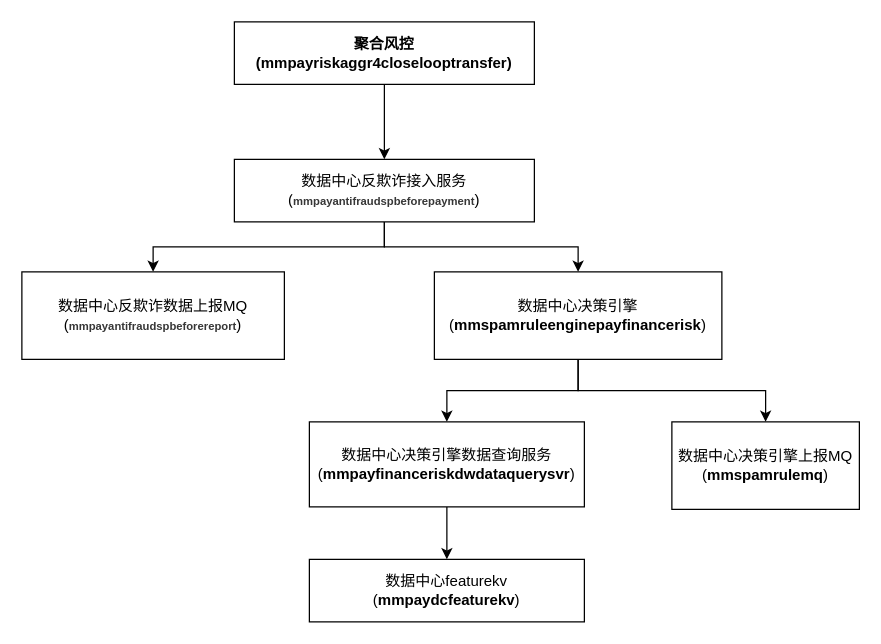
Above: src/Untitled Diagram.drawio in yuxingfirst/corosched (draw.io), before the change. Source tidied: cells renumbered, new cells numbered last; positions are measured from the earlier drawing's top-left corner, leaving out a move shared by most shapes. Both pictures are drawn from the tidied source at 125%, with x=0, y=0 at pixel (21, 21).
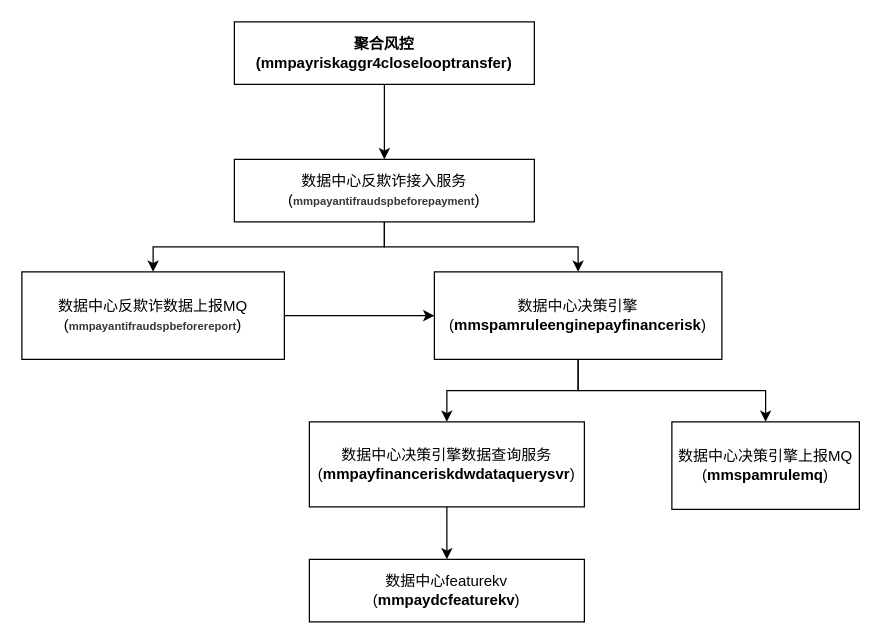
The same diagram, later.

Diff of the diagram source:
```diff
@@
 <mxGraphModel background="#ffffff">
   <root>
     <mxCell id="0" />
     <mxCell id="1" parent="0" />
     <mxCell id="2" style="edgeStyle=orthogonalEdgeStyle;rounded=0;jettySize=auto;html=1;exitX=0.5;exitY=1;exitDx=0;exitDy=0;entryX=0.5;entryY=0;entryDx=0;entryDy=0;" parent="1" edge="1" source="3" target="6">
       <mxGeometry relative="1" as="geometry" />
     </mxCell>
     <mxCell id="3" value="&lt;b&gt;聚合风控&lt;br&gt;(mmpayriskaggr4closelooptransfer)&lt;/b&gt;" style="rounded=0;whiteSpace=wrap;html=1;" parent="1" vertex="1">
       <mxGeometry x="170" width="240" height="50" as="geometry" />
     </mxCell>
     <mxCell id="4" style="edgeStyle=orthogonalEdgeStyle;rounded=0;jettySize=auto;html=1;" parent="1" edge="1" source="6" target="7">
       <mxGeometry relative="1" as="geometry" />
     </mxCell>
     <mxCell id="5" style="edgeStyle=orthogonalEdgeStyle;rounded=0;jettySize=auto;html=1;" parent="1" edge="1" source="6" target="10">
       <mxGeometry relative="1" as="geometry" />
     </mxCell>
     <mxCell id="6" value="数据中心反欺诈接入服务&lt;br&gt;(&lt;span style=&quot;color: rgb(55 , 55 , 55) ; font-weight: 700 ; background-color: rgb(255 , 255 , 255)&quot;&gt;&lt;font style=&quot;font-size: 9px&quot;&gt;mmpayantifraudspbeforepayment&lt;/font&gt;&lt;/span&gt;)" style="rounded=0;whiteSpace=wrap;html=1;" parent="1" vertex="1">
       <mxGeometry x="170" y="110" width="240" height="50" as="geometry" />
     </mxCell>
+    <mxCell id="15" style="edgeStyle=orthogonalEdgeStyle;rounded=0;jettySize=auto;html=1;" parent="1" edge="1" source="7" target="10">
+      <mxGeometry relative="1" as="geometry" />
+    </mxCell>
     <mxCell id="7" value="数据中心反欺诈数据上报MQ&lt;br&gt;(&lt;span style=&quot;color: rgb(55 , 55 , 55) ; font-weight: 700 ; background-color: rgb(255 , 255 , 255)&quot;&gt;&lt;font style=&quot;font-size: 9px&quot;&gt;mmpayantifraudspbeforereport&lt;/font&gt;&lt;/span&gt;)" style="rounded=0;whiteSpace=wrap;html=1;" parent="1" vertex="1">
       <mxGeometry y="200" width="210" height="70" as="geometry" />
     </mxCell>
     <mxCell id="8" style="edgeStyle=orthogonalEdgeStyle;rounded=0;jettySize=auto;html=1;" parent="1" edge="1" source="10" target="13">
       <mxGeometry relative="1" as="geometry" />
     </mxCell>
     <mxCell id="9" style="edgeStyle=orthogonalEdgeStyle;rounded=0;jettySize=auto;html=1;" parent="1" edge="1" source="10" target="11">
       <mxGeometry relative="1" as="geometry" />
     </mxCell>
     <mxCell id="10" value="&lt;font style=&quot;font-size: 12px&quot;&gt;数据中心决策引擎&lt;br&gt;(&lt;b&gt;mmspamruleenginepayfinancerisk&lt;/b&gt;)&lt;/font&gt;" style="rounded=0;whiteSpace=wrap;html=1;" parent="1" vertex="1">
       <mxGeometry x="330" y="200" width="230" height="70" as="geometry" />
     </mxCell>
     <mxCell id="11" value="&lt;font style=&quot;font-size: 12px&quot;&gt;数据中心决策引擎上报MQ&lt;br&gt;(&lt;b&gt;mmspamrulemq&lt;/b&gt;)&lt;/font&gt;" style="rounded=0;whiteSpace=wrap;html=1;" parent="1" vertex="1">
       <mxGeometry x="520" y="320" width="150" height="70" as="geometry" />
     </mxCell>
     <mxCell id="12" style="edgeStyle=orthogonalEdgeStyle;rounded=0;jettySize=auto;html=1;" parent="1" edge="1" source="13" target="14">
       <mxGeometry relative="1" as="geometry" />
     </mxCell>
     <mxCell id="13" value="&lt;font style=&quot;font-size: 12px&quot;&gt;数据中心决策引擎数据查询服务&lt;br&gt;(&lt;b&gt;mmpayfinanceriskdwdataquerysvr&lt;/b&gt;)&lt;/font&gt;" style="rounded=0;whiteSpace=wrap;html=1;" parent="1" vertex="1">
       <mxGeometry x="230" y="320" width="220" height="68" as="geometry" />
     </mxCell>
     <mxCell id="14" value="&lt;font style=&quot;font-size: 12px&quot;&gt;数据中心featurekv&lt;br&gt;(&lt;b&gt;mmpaydcfeaturekv&lt;/b&gt;)&lt;/font&gt;" style="rounded=0;whiteSpace=wrap;html=1;" parent="1" vertex="1">
       <mxGeometry x="230" y="430" width="220" height="50" as="geometry" />
     </mxCell>
   </root>
 </mxGraphModel>
```
